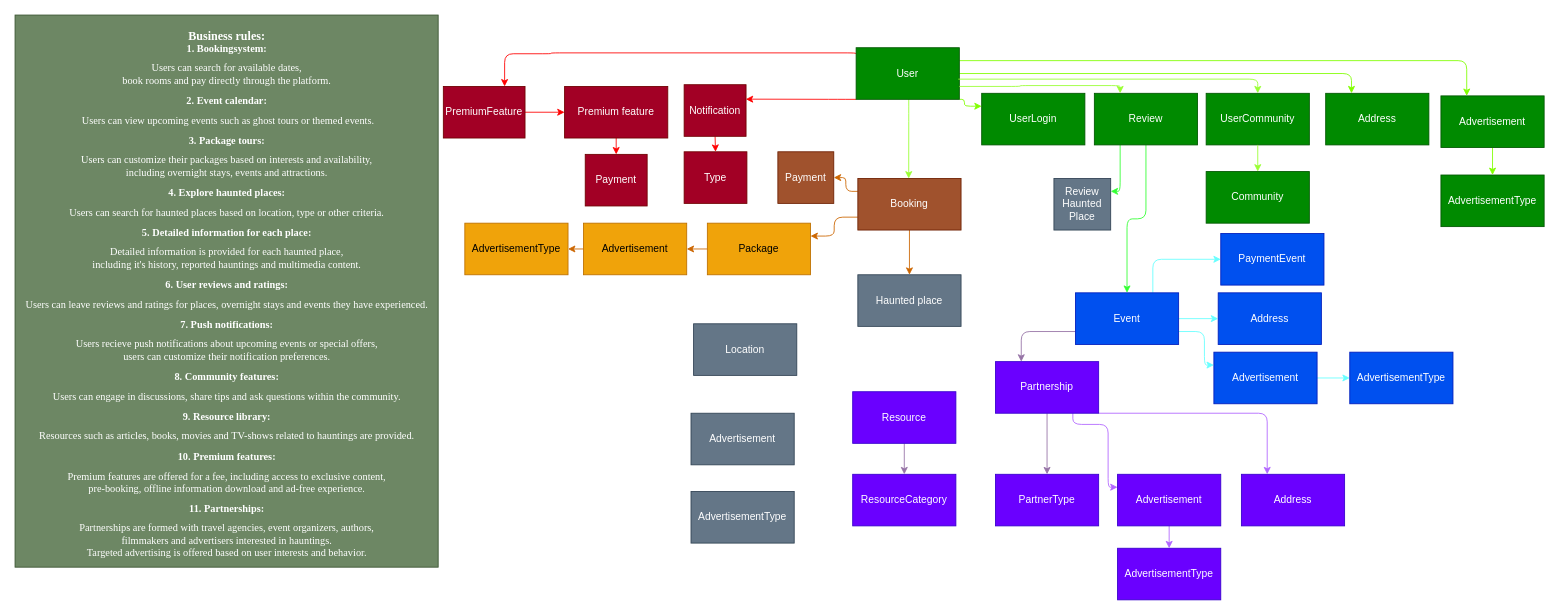
Before: page "konceptuell" (1 of 3) of PhantomFestivities.drawio in KristoferFangrat/ExamAssignment, a draw.io diagram. Source tidied: cells renumbered, new cells numbered last; positions are measured from the earlier drawing's top-left corner, leaving out a move shared by most shapes. Both pictures are drawn from the tidied source at 86%, with x=0, y=0 at pixel (15, 15).
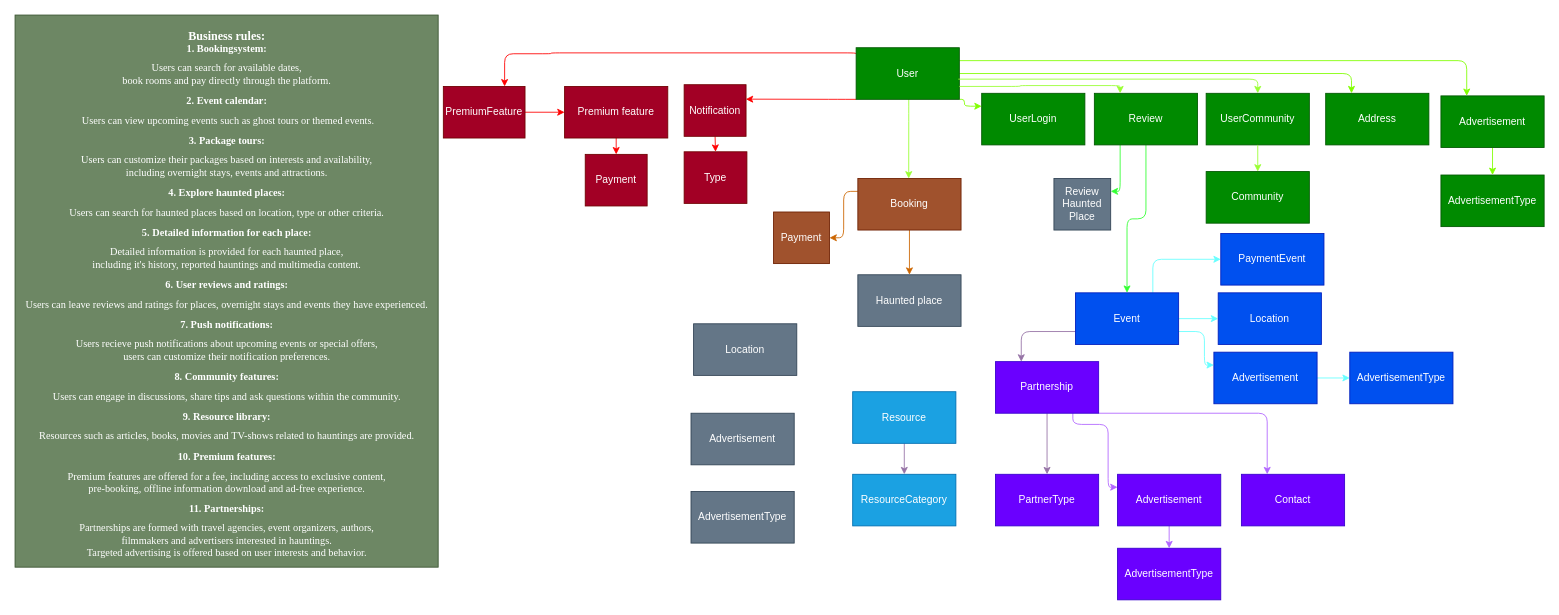
The same diagram, later.

Unchanged cells that the change refers to:
```xml
<mxCell id="14" value="Booking" style="rounded=0;whiteSpace=wrap;html=1;fillColor=#a0522d;strokeColor=#6D1F00;fontColor=#ffffff;" parent="1" vertex="1">
  <mxGeometry x="980" y="190" width="120" height="60" as="geometry" />
</mxCell>
```

Diff of the diagram source:
```diff
@@
-    <mxCell id="9" style="edgeStyle=orthogonalEdgeStyle;html=1;exitX=0;exitY=0.75;exitDx=0;exitDy=0;entryX=1;entryY=0.25;entryDx=0;entryDy=0;strokeColor=#CC6600;fontColor=#000000;startArrow=none;startFill=0;endArrow=classic;endFill=1;fillColor=#fff2cc;" parent="1" edge="1" source="14" target="36">
-      <mxGeometry relative="1" as="geometry" />
-    </mxCell>
@@
-    <mxCell id="29" value="Resource" style="rounded=0;whiteSpace=wrap;html=1;fillColor=#6a00ff;strokeColor=#3700CC;fontColor=#ffffff;" parent="1" vertex="1">
+    <mxCell id="29" value="Resource" style="rounded=0;whiteSpace=wrap;html=1;fillColor=#1BA1E2;strokeColor=#006EAF;fontColor=#ffffff;" parent="1" vertex="1">
       <mxGeometry x="974" y="438" width="120" height="60" as="geometry" />
     </mxCell>
@@
-    <mxCell id="33" value="Partnership" style="rounded=0;whiteSpace=wrap;html=1;fillColor=#6a00ff;strokeColor=#3700CC;fontColor=#ffffff;gradientDirection=south;" parent="1" vertex="1">
+    <mxCell id="33" value="Partnership" style="rounded=0;whiteSpace=wrap;html=1;fillColor=#6A00FF;strokeColor=#3700CC;fontColor=#ffffff;gradientDirection=south;" parent="1" vertex="1">
       <mxGeometry x="1140" y="403" width="120" height="60" as="geometry" />
     </mxCell>
@@
-    <mxCell id="35" style="edgeStyle=orthogonalEdgeStyle;rounded=1;sketch=0;hachureGap=4;jiggle=2;curveFitting=1;html=1;exitX=0;exitY=0.5;exitDx=0;exitDy=0;entryX=1;entryY=0.5;entryDx=0;entryDy=0;strokeColor=#CC6600;fontFamily=Architects Daughter;fontSize=16;" parent="1" edge="1" source="36" target="66">
-      <mxGeometry relative="1" as="geometry" />
+    <mxCell id="35" style="edgeStyle=orthogonalEdgeStyle;rounded=1;sketch=0;hachureGap=4;jiggle=2;curveFitting=1;html=1;exitX=0;exitY=0.5;exitDx=0;exitDy=0;entryX=1;entryY=0.5;entryDx=0;entryDy=0;strokeColor=#CC6600;fontFamily=Architects Daughter;fontSize=16;" parent="1" edge="1">
+      <mxGeometry relative="1" as="geometry">
+        <mxPoint x="781" y="272" as="targetPoint" />
+      </mxGeometry>
     </mxCell>
-    <mxCell id="36" value="Package" style="rounded=0;whiteSpace=wrap;html=1;fillColor=#f0a30a;strokeColor=#BD7000;fontColor=#000000;" parent="1" vertex="1">
-      <mxGeometry x="805" y="242" width="120" height="60" as="geometry" />
-    </mxCell>
@@
-    <mxCell id="47" value="ResourceCategory" style="rounded=0;whiteSpace=wrap;html=1;fillColor=#6a00ff;strokeColor=#3700CC;fontColor=#ffffff;" parent="1" vertex="1">
+    <mxCell id="47" value="ResourceCategory" style="rounded=0;whiteSpace=wrap;html=1;fillColor=#1ba1e2;strokeColor=#006EAF;fontColor=#ffffff;" parent="1" vertex="1">
       <mxGeometry x="974" y="534" width="120" height="60" as="geometry" />
     </mxCell>
@@
-    <mxCell id="58" value="Address" style="rounded=0;whiteSpace=wrap;html=1;fillColor=#6a00ff;strokeColor=#3700CC;fontColor=#ffffff;gradientDirection=south;" parent="1" vertex="1">
+    <mxCell id="58" value="Contact" style="rounded=0;whiteSpace=wrap;html=1;fillColor=#6a00ff;strokeColor=#3700CC;fontColor=#ffffff;gradientDirection=south;" parent="1" vertex="1">
       <mxGeometry x="1426" y="534" width="120" height="60" as="geometry" />
     </mxCell>
-    <mxCell id="59" value="Address" style="rounded=0;whiteSpace=wrap;html=1;fillColor=#0050ef;strokeColor=#001DBC;fontColor=#ffffff;" parent="1" vertex="1">
+    <mxCell id="59" value="Location" style="rounded=0;whiteSpace=wrap;html=1;fillColor=#0050ef;strokeColor=#001DBC;fontColor=#ffffff;" parent="1" vertex="1">
       <mxGeometry x="1399" y="323" width="120" height="60" as="geometry" />
     </mxCell>
@@
-    <mxCell id="65" style="edgeStyle=orthogonalEdgeStyle;rounded=1;sketch=0;hachureGap=4;jiggle=2;curveFitting=1;html=1;exitX=0;exitY=0.5;exitDx=0;exitDy=0;entryX=1;entryY=0.5;entryDx=0;entryDy=0;strokeColor=#CC6600;fontFamily=Architects Daughter;fontSize=16;" parent="1" edge="1" source="66" target="67">
-      <mxGeometry relative="1" as="geometry" />
+    <mxCell id="65" style="edgeStyle=orthogonalEdgeStyle;rounded=1;sketch=0;hachureGap=4;jiggle=2;curveFitting=1;html=1;exitX=0;exitY=0.5;exitDx=0;exitDy=0;entryX=1;entryY=0.5;entryDx=0;entryDy=0;strokeColor=#CC6600;fontFamily=Architects Daughter;fontSize=16;" parent="1" edge="1">
+      <mxGeometry relative="1" as="geometry">
+        <mxPoint x="643" y="272" as="targetPoint" />
+      </mxGeometry>
     </mxCell>
-    <mxCell id="66" value="Advertisement" style="rounded=0;whiteSpace=wrap;html=1;fillColor=#f0a30a;strokeColor=#BD7000;fontColor=#000000;" parent="1" vertex="1">
-      <mxGeometry x="661" y="242" width="120" height="60" as="geometry" />
-    </mxCell>
-    <mxCell id="67" value="AdvertisementType" style="rounded=0;whiteSpace=wrap;html=1;fillColor=#f0a30a;strokeColor=#BD7000;fontColor=#000000;" parent="1" vertex="1">
-      <mxGeometry x="523" y="242" width="120" height="60" as="geometry" />
-    </mxCell>
@@
     <mxCell id="73" value="Payment" style="rounded=0;whiteSpace=wrap;html=1;fillColor=#a0522d;strokeColor=#6D1F00;fontColor=#ffffff;" parent="1" vertex="1">
-      <mxGeometry x="887" y="159" width="65" height="60" as="geometry" />
+      <mxGeometry x="882" y="229" width="65" height="60" as="geometry" />
     </mxCell>
```
